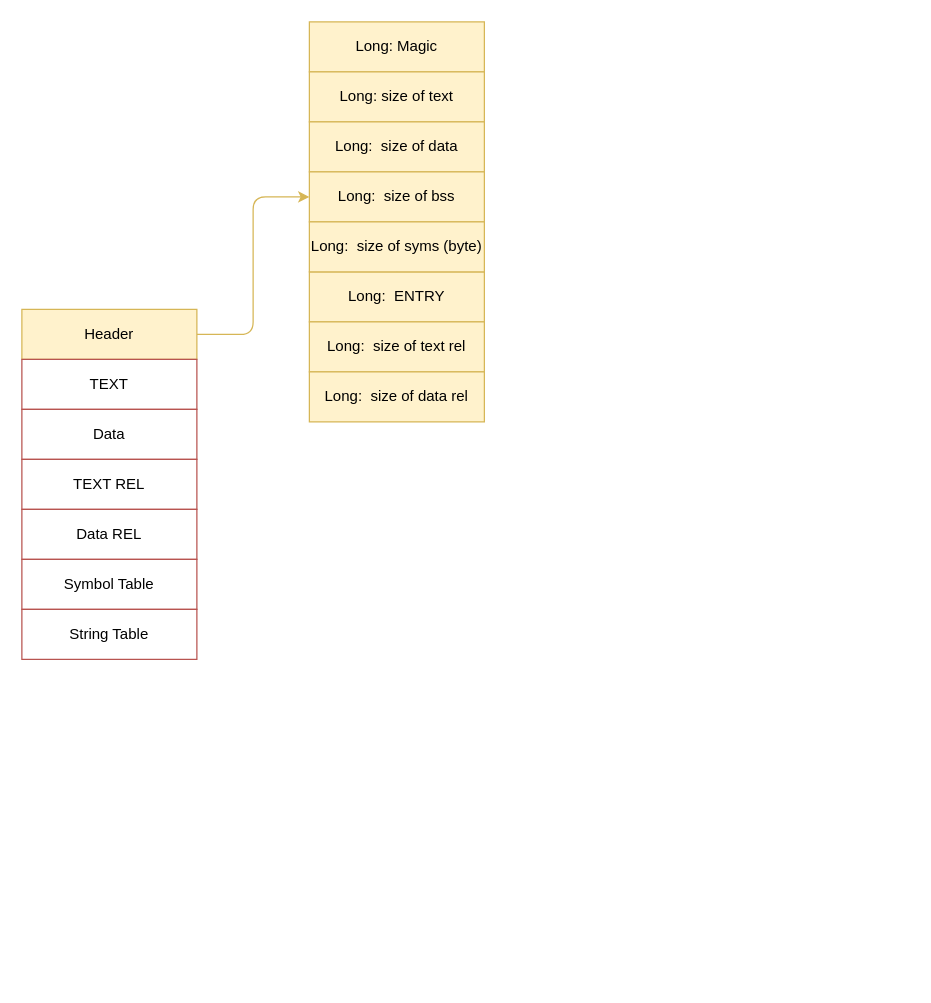
The draw.io diagram page "a.out_gcc140" (2 of 3) of course/images/a.out.drawio in tonywendy80/twOS, before the edit. Source tidied: cells renumbered, new cells numbered last; positions are measured from the earlier drawing's top-left corner, leaving out a move shared by most shapes. Both pictures are drawn from the tidied source at 125%, with x=0, y=0 at pixel (21, 21).
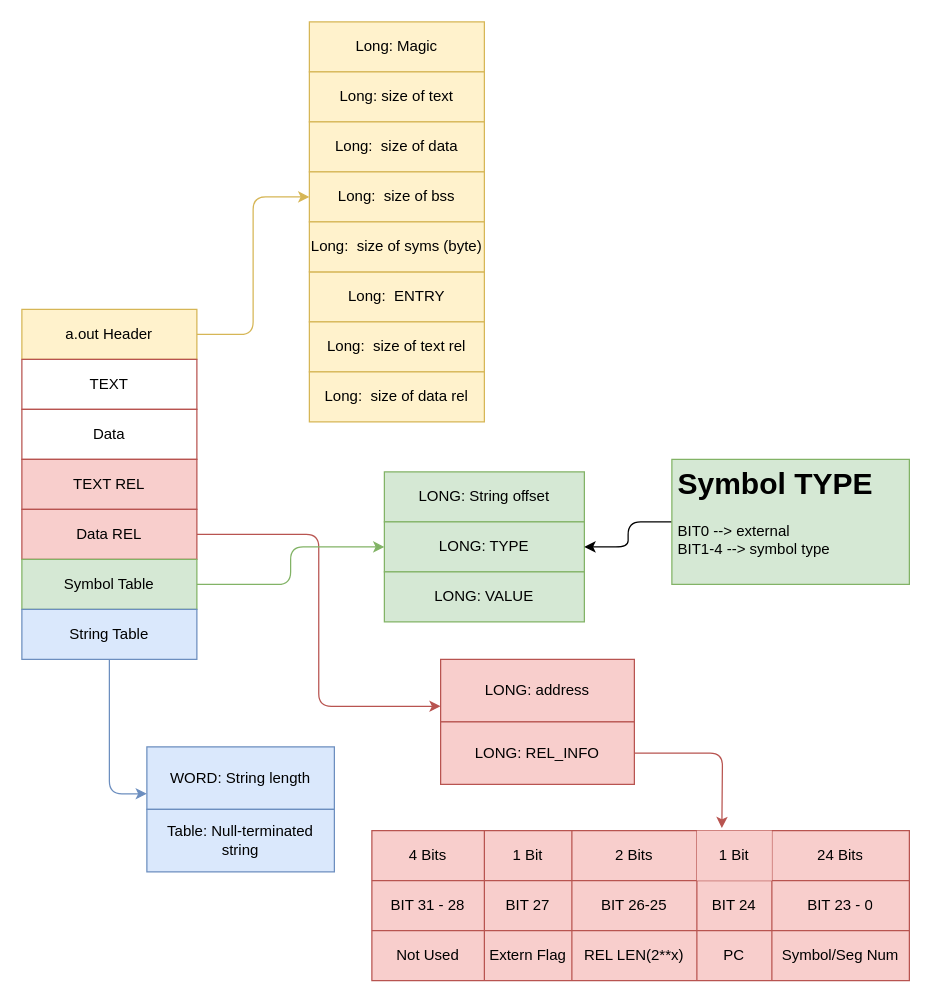
The same page after the edit.

What changed in the source:
```diff
@@
-    <mxCell id="3" value="Header" style="rounded=0;whiteSpace=wrap;html=1;fontSize=12;strokeColor=#d6b656;fillColor=#fff2cc;" parent="1" vertex="1">
+    <mxCell id="3" value="a.out Header" style="rounded=0;whiteSpace=wrap;html=1;fontSize=12;strokeColor=#d6b656;fillColor=#fff2cc;" parent="1" vertex="1">
       <mxGeometry y="230" width="140" height="40" as="geometry" />
     </mxCell>
@@
-    <mxCell id="6" value="TEXT REL" style="rounded=0;whiteSpace=wrap;html=1;fontSize=12;strokeColor=#B85450;" parent="1" vertex="1">
+    <mxCell id="6" value="TEXT REL" style="rounded=0;whiteSpace=wrap;html=1;fontSize=12;strokeColor=#b85450;fillColor=#f8cecc;" parent="1" vertex="1">
       <mxGeometry y="350" width="140" height="40" as="geometry" />
     </mxCell>
+    <mxCell id="19" style="edgeStyle=orthogonalEdgeStyle;rounded=1;jettySize=auto;html=1;entryX=0;entryY=0.75;entryDx=0;entryDy=0;fontSize=12;fillColor=#f8cecc;strokeColor=#b85450;" parent="1" edge="1" source="7" target="29">
+      <mxGeometry relative="1" as="geometry" />
+    </mxCell>
-    <mxCell id="7" value="Data REL" style="rounded=0;whiteSpace=wrap;html=1;fontSize=12;strokeColor=#B85450;" parent="1" vertex="1">
+    <mxCell id="7" value="Data REL" style="rounded=0;whiteSpace=wrap;html=1;fontSize=12;strokeColor=#b85450;fillColor=#f8cecc;" parent="1" vertex="1">
       <mxGeometry y="390" width="140" height="40" as="geometry" />
     </mxCell>
+    <mxCell id="20" style="edgeStyle=orthogonalEdgeStyle;rounded=1;jettySize=auto;html=1;entryX=0;entryY=0.5;entryDx=0;entryDy=0;fontSize=12;fillColor=#d5e8d4;strokeColor=#82b366;" parent="1" edge="1" source="8" target="23">
+      <mxGeometry relative="1" as="geometry" />
+    </mxCell>
-    <mxCell id="8" value="Symbol Table" style="rounded=0;whiteSpace=wrap;html=1;fontSize=12;strokeColor=#B85450;" parent="1" vertex="1">
+    <mxCell id="8" value="Symbol Table" style="rounded=0;whiteSpace=wrap;html=1;fontSize=12;strokeColor=#82b366;fillColor=#d5e8d4;" parent="1" vertex="1">
       <mxGeometry y="430" width="140" height="40" as="geometry" />
     </mxCell>
+    <mxCell id="21" style="edgeStyle=orthogonalEdgeStyle;rounded=1;jettySize=auto;html=1;entryX=0;entryY=0.75;entryDx=0;entryDy=0;fontSize=12;fillColor=#dae8fc;strokeColor=#6c8ebf;" parent="1" edge="1" source="9" target="27">
+      <mxGeometry relative="1" as="geometry" />
+    </mxCell>
-    <mxCell id="9" value="String Table" style="rounded=0;whiteSpace=wrap;html=1;fontSize=12;strokeColor=#B85450;" parent="1" vertex="1">
+    <mxCell id="9" value="String Table" style="rounded=0;whiteSpace=wrap;html=1;fontSize=12;strokeColor=#6c8ebf;fillColor=#dae8fc;" parent="1" vertex="1">
       <mxGeometry y="470" width="140" height="40" as="geometry" />
     </mxCell>
@@
+    <mxCell id="22" value="LONG: String offset" style="rounded=0;whiteSpace=wrap;html=1;fontSize=12;strokeColor=#82b366;fillColor=#d5e8d4;" parent="1" vertex="1">
+      <mxGeometry x="290" y="360" width="160" height="40" as="geometry" />
+    </mxCell>
+    <mxCell id="23" value="LONG: TYPE" style="rounded=0;whiteSpace=wrap;html=1;fontSize=12;strokeColor=#82b366;fillColor=#d5e8d4;" parent="1" vertex="1">
+      <mxGeometry x="290" y="400" width="160" height="40" as="geometry" />
+    </mxCell>
+    <mxCell id="24" value="LONG: VALUE" style="rounded=0;whiteSpace=wrap;html=1;fontSize=12;strokeColor=#82b366;fillColor=#d5e8d4;" parent="1" vertex="1">
+      <mxGeometry x="290" y="440" width="160" height="40" as="geometry" />
+    </mxCell>
+    <mxCell id="25" style="edgeStyle=orthogonalEdgeStyle;rounded=1;jettySize=auto;html=1;fontSize=12;entryX=1;entryY=0.5;entryDx=0;entryDy=0;" parent="1" edge="1" source="26" target="23">
+      <mxGeometry relative="1" as="geometry" />
+    </mxCell>
+    <mxCell id="26" value="&lt;h1&gt;Symbol TYPE&lt;/h1&gt;&lt;div&gt;BIT0 --&amp;gt; external&lt;/div&gt;&lt;div&gt;BIT1-4 --&amp;gt; symbol type&lt;/div&gt;" style="text;html=1;strokeColor=#82b366;fillColor=#d5e8d4;spacing=5;spacingTop=-20;whiteSpace=wrap;overflow=hidden;rounded=0;fontSize=12;" parent="1" vertex="1">
+      <mxGeometry x="520" y="350" width="190" height="100" as="geometry" />
+    </mxCell>
+    <mxCell id="27" value="WORD: String length" style="rounded=0;whiteSpace=wrap;html=1;fontSize=12;strokeColor=#6c8ebf;fillColor=#dae8fc;" parent="1" vertex="1">
+      <mxGeometry x="100" y="580" width="150" height="50" as="geometry" />
+    </mxCell>
+    <mxCell id="28" value="Table: Null-terminated string" style="rounded=0;whiteSpace=wrap;html=1;fontSize=12;strokeColor=#6c8ebf;fillColor=#dae8fc;" parent="1" vertex="1">
+      <mxGeometry x="100" y="630" width="150" height="50" as="geometry" />
+    </mxCell>
+    <mxCell id="29" value="LONG: address" style="rounded=0;whiteSpace=wrap;html=1;fontSize=12;strokeColor=#b85450;fillColor=#f8cecc;" parent="1" vertex="1">
+      <mxGeometry x="335" y="510" width="155" height="50" as="geometry" />
+    </mxCell>
+    <mxCell id="30" style="edgeStyle=orthogonalEdgeStyle;rounded=1;jettySize=auto;html=1;exitX=1;exitY=0.5;exitDx=0;exitDy=0;fontSize=12;fillColor=#f8cecc;strokeColor=#b85450;" parent="1" edge="1" source="31">
+      <mxGeometry relative="1" as="geometry">
+        <mxPoint x="560" y="645" as="targetPoint" />
+      </mxGeometry>
+    </mxCell>
+    <mxCell id="31" value="LONG: REL_INFO" style="rounded=0;whiteSpace=wrap;html=1;fontSize=12;strokeColor=#b85450;fillColor=#f8cecc;" parent="1" vertex="1">
+      <mxGeometry x="335" y="560" width="155" height="50" as="geometry" />
+    </mxCell>
+    <mxCell id="32" style="shape=table;html=1;whiteSpace=wrap;startSize=0;childLayout=tableLayout;fontSize=12;strokeColor=#b85450;fillColor=#f8cecc;" parent="1" vertex="1">
+      <mxGeometry x="280" y="647" width="430" height="120" as="geometry" />
+    </mxCell>
+    <mxCell id="33" style="shape=tableRow;horizontal=0;startSize=0;swimlaneHead=0;swimlaneBody=0;top=0;left=0;bottom=0;right=0;fillColor=none;fontSize=12;strokeColor=#B85450;" parent="32" vertex="1">
+      <mxGeometry width="430" height="40" as="geometry" />
+    </mxCell>
+    <mxCell id="34" value="4 Bits" style="shape=partialRectangle;html=1;whiteSpace=wrap;fillColor=none;top=0;left=0;bottom=0;right=0;overflow=hidden;fontSize=12;strokeColor=#B85450;" parent="33" vertex="1">
+      <mxGeometry width="90" height="40" as="geometry" />
+    </mxCell>
+    <mxCell id="35" value="1 Bit" style="shape=partialRectangle;html=1;whiteSpace=wrap;fillColor=none;top=0;left=0;bottom=0;right=0;overflow=hidden;fontSize=12;strokeColor=#B85450;" parent="33" vertex="1">
+      <mxGeometry x="90" width="70" height="40" as="geometry" />
+    </mxCell>
+    <mxCell id="36" value="2 Bits" style="shape=partialRectangle;html=1;whiteSpace=wrap;fillColor=none;top=0;left=0;bottom=0;right=0;overflow=hidden;fontSize=12;strokeColor=#B85450;" parent="33" vertex="1">
+      <mxGeometry x="160" width="100" height="40" as="geometry" />
+    </mxCell>
+    <mxCell id="37" value="1 Bit" style="shape=partialRectangle;html=1;whiteSpace=wrap;fillColor=#f8cecc;top=0;left=0;bottom=0;right=0;overflow=hidden;fontSize=12;strokeColor=#b85450;" parent="33" vertex="1">
+      <mxGeometry x="260" width="60" height="40" as="geometry" />
+    </mxCell>
+    <mxCell id="38" value="24 Bits" style="shape=partialRectangle;html=1;whiteSpace=wrap;fillColor=none;top=0;left=0;bottom=0;right=0;overflow=hidden;fontSize=12;strokeColor=#B85450;" parent="33" vertex="1">
+      <mxGeometry x="320" width="110" height="40" as="geometry" />
+    </mxCell>
+    <mxCell id="39" style="shape=tableRow;horizontal=0;startSize=0;swimlaneHead=0;swimlaneBody=0;top=0;left=0;bottom=0;right=0;fillColor=none;fontSize=12;strokeColor=#B85450;" parent="32" vertex="1">
+      <mxGeometry y="40" width="430" height="40" as="geometry" />
+    </mxCell>
+    <mxCell id="40" value="BIT 31 - 28" style="shape=partialRectangle;html=1;whiteSpace=wrap;fillColor=none;top=0;left=0;bottom=0;right=0;overflow=hidden;fontSize=12;strokeColor=#B85450;" parent="39" vertex="1">
+      <mxGeometry width="90" height="40" as="geometry" />
+    </mxCell>
+    <mxCell id="41" value="BIT 27" style="shape=partialRectangle;html=1;whiteSpace=wrap;fillColor=none;top=0;left=0;bottom=0;right=0;overflow=hidden;fontSize=12;strokeColor=#B85450;" parent="39" vertex="1">
+      <mxGeometry x="90" width="70" height="40" as="geometry" />
+    </mxCell>
+    <mxCell id="42" value="BIT 26-25" style="shape=partialRectangle;html=1;whiteSpace=wrap;fillColor=none;top=0;left=0;bottom=0;right=0;overflow=hidden;fontSize=12;strokeColor=#B85450;" parent="39" vertex="1">
+      <mxGeometry x="160" width="100" height="40" as="geometry" />
+    </mxCell>
+    <mxCell id="43" value="BIT 24" style="shape=partialRectangle;html=1;whiteSpace=wrap;fillColor=none;top=0;left=0;bottom=0;right=0;overflow=hidden;fontSize=12;strokeColor=#B85450;" parent="39" vertex="1">
+      <mxGeometry x="260" width="60" height="40" as="geometry" />
+    </mxCell>
+    <mxCell id="44" value="BIT 23 - 0" style="shape=partialRectangle;html=1;whiteSpace=wrap;fillColor=none;top=0;left=0;bottom=0;right=0;overflow=hidden;fontSize=12;strokeColor=#B85450;" parent="39" vertex="1">
+      <mxGeometry x="320" width="110" height="40" as="geometry" />
+    </mxCell>
+    <mxCell id="45" style="shape=tableRow;horizontal=0;startSize=0;swimlaneHead=0;swimlaneBody=0;top=0;left=0;bottom=0;right=0;fillColor=none;fontSize=12;strokeColor=#B85450;" parent="32" vertex="1">
+      <mxGeometry y="80" width="430" height="40" as="geometry" />
+    </mxCell>
+    <mxCell id="46" value="Not Used" style="shape=partialRectangle;html=1;whiteSpace=wrap;fillColor=none;top=0;left=0;bottom=0;right=0;overflow=hidden;fontSize=12;strokeColor=#B85450;" parent="45" vertex="1">
+      <mxGeometry width="90" height="40" as="geometry" />
+    </mxCell>
+    <mxCell id="47" value="Extern Flag" style="shape=partialRectangle;html=1;whiteSpace=wrap;fillColor=none;top=0;left=0;bottom=0;right=0;overflow=hidden;fontSize=12;strokeColor=#B85450;" parent="45" vertex="1">
+      <mxGeometry x="90" width="70" height="40" as="geometry" />
+    </mxCell>
+    <mxCell id="48" value="REL LEN(2**x)" style="shape=partialRectangle;html=1;whiteSpace=wrap;fillColor=none;top=0;left=0;bottom=0;right=0;overflow=hidden;fontSize=12;strokeColor=#B85450;" parent="45" vertex="1">
+      <mxGeometry x="160" width="100" height="40" as="geometry" />
+    </mxCell>
+    <mxCell id="49" value="PC" style="shape=partialRectangle;html=1;whiteSpace=wrap;fillColor=none;top=0;left=0;bottom=0;right=0;overflow=hidden;fontSize=12;strokeColor=#B85450;" parent="45" vertex="1">
+      <mxGeometry x="260" width="60" height="40" as="geometry" />
+    </mxCell>
+    <mxCell id="50" value="Symbol/Seg Num" style="shape=partialRectangle;html=1;whiteSpace=wrap;fillColor=none;top=0;left=0;bottom=0;right=0;overflow=hidden;fontSize=12;strokeColor=#B85450;" parent="45" vertex="1">
+      <mxGeometry x="320" width="110" height="40" as="geometry" />
+    </mxCell>
```
